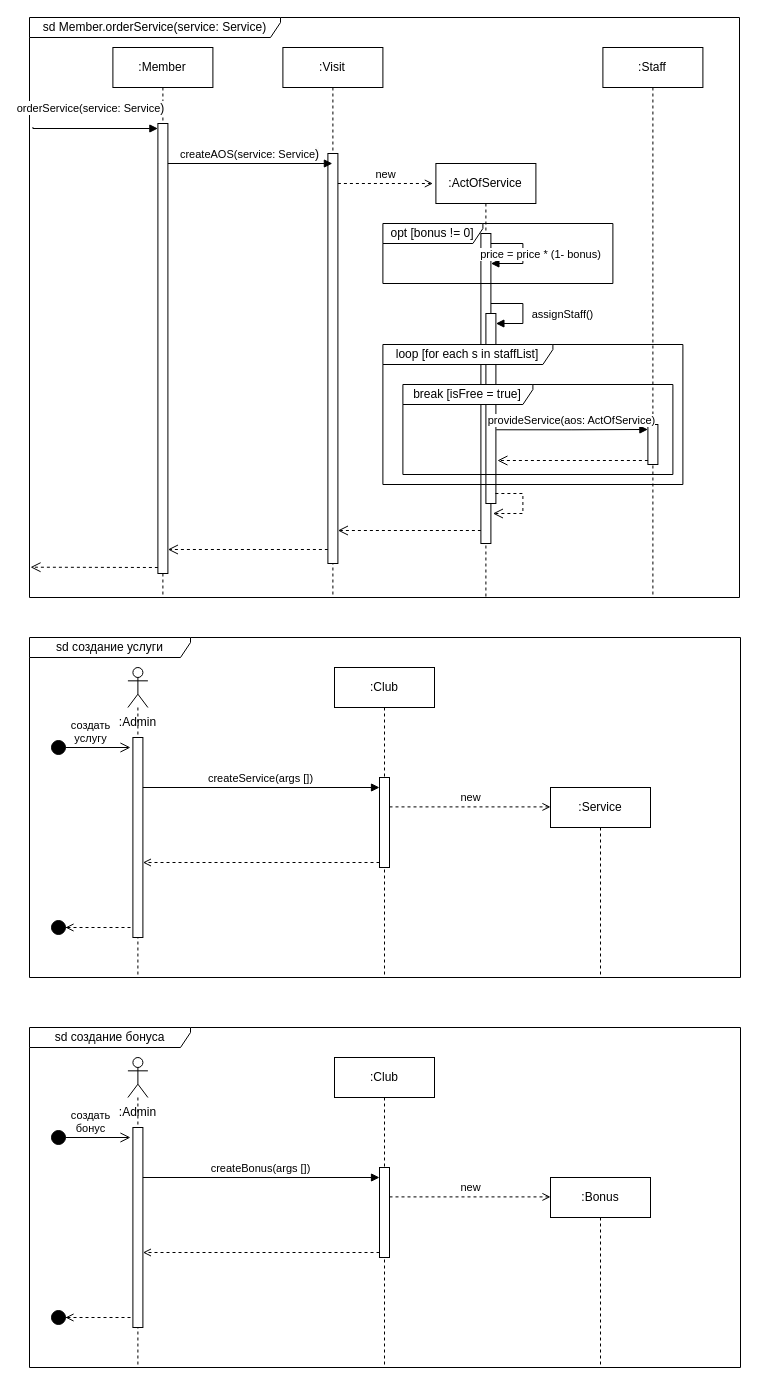
This is page "Диаграмма последовательностей" (2 of 3) of Lab_2/Lab_2.drawio from 4lnULpGkuW/OOAD, a draw.io file, before an edit. Source tidied: cells renumbered, new cells numbered last; positions are measured from the earlier drawing's top-left corner, leaving out a move shared by most shapes. Both pictures are drawn from the tidied source at 100%, with x=0, y=0 at pixel (29, 17).
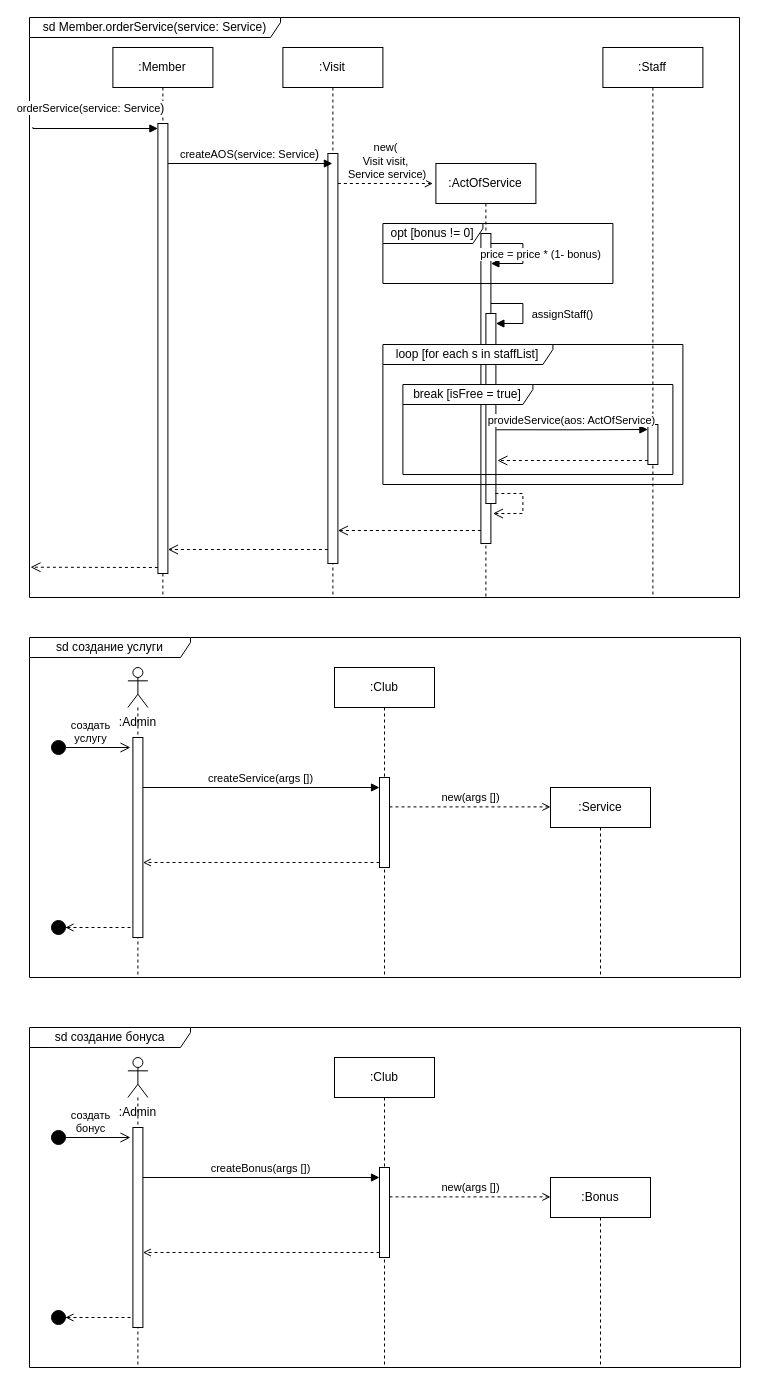
The same diagram, later.

What changed in the source:
```diff
@@
-    <mxCell id="17" value="new" style="html=1;verticalAlign=bottom;endArrow=open;curved=0;rounded=0;dashed=1;endFill=0;" parent="1" edge="1">
+    <mxCell id="17" value="new(&lt;div&gt;Visit visit,&lt;/div&gt;&lt;div&gt;&amp;nbsp;Service service)&lt;/div&gt;" style="html=1;verticalAlign=bottom;endArrow=open;curved=0;rounded=0;dashed=1;endFill=0;" parent="1" edge="1">
       <mxGeometry relative="1" as="geometry">
         <mxPoint x="308.4" y="166" as="sourcePoint" />
         <mxPoint x="403.4" y="166" as="targetPoint" />
       </mxGeometry>
     </mxCell>
@@
-    <mxCell id="34" value="new" style="html=1;verticalAlign=bottom;endArrow=open;curved=0;rounded=0;dashed=1;endFill=0;entryX=0;entryY=0.067;entryDx=0;entryDy=0;entryPerimeter=0;" parent="1" edge="1">
+    <mxCell id="34" value="new(args [])" style="html=1;verticalAlign=bottom;endArrow=open;curved=0;rounded=0;dashed=1;endFill=0;entryX=0;entryY=0.067;entryDx=0;entryDy=0;entryPerimeter=0;" parent="1" edge="1">
       <mxGeometry relative="1" as="geometry">
         <mxPoint x="360" y="789.4" as="sourcePoint" />
         <mxPoint x="521" y="789.4" as="targetPoint" />
       </mxGeometry>
     </mxCell>
@@
-    <mxCell id="47" value="new" style="html=1;verticalAlign=bottom;endArrow=open;curved=0;rounded=0;dashed=1;endFill=0;entryX=0;entryY=0.067;entryDx=0;entryDy=0;entryPerimeter=0;" parent="1" edge="1">
+    <mxCell id="47" value="new(args [])" style="html=1;verticalAlign=bottom;endArrow=open;curved=0;rounded=0;dashed=1;endFill=0;entryX=0;entryY=0.067;entryDx=0;entryDy=0;entryPerimeter=0;" parent="1" edge="1">
       <mxGeometry relative="1" as="geometry">
         <mxPoint x="360" y="1179.4" as="sourcePoint" />
         <mxPoint x="521" y="1179.4" as="targetPoint" />
       </mxGeometry>
     </mxCell>
```
